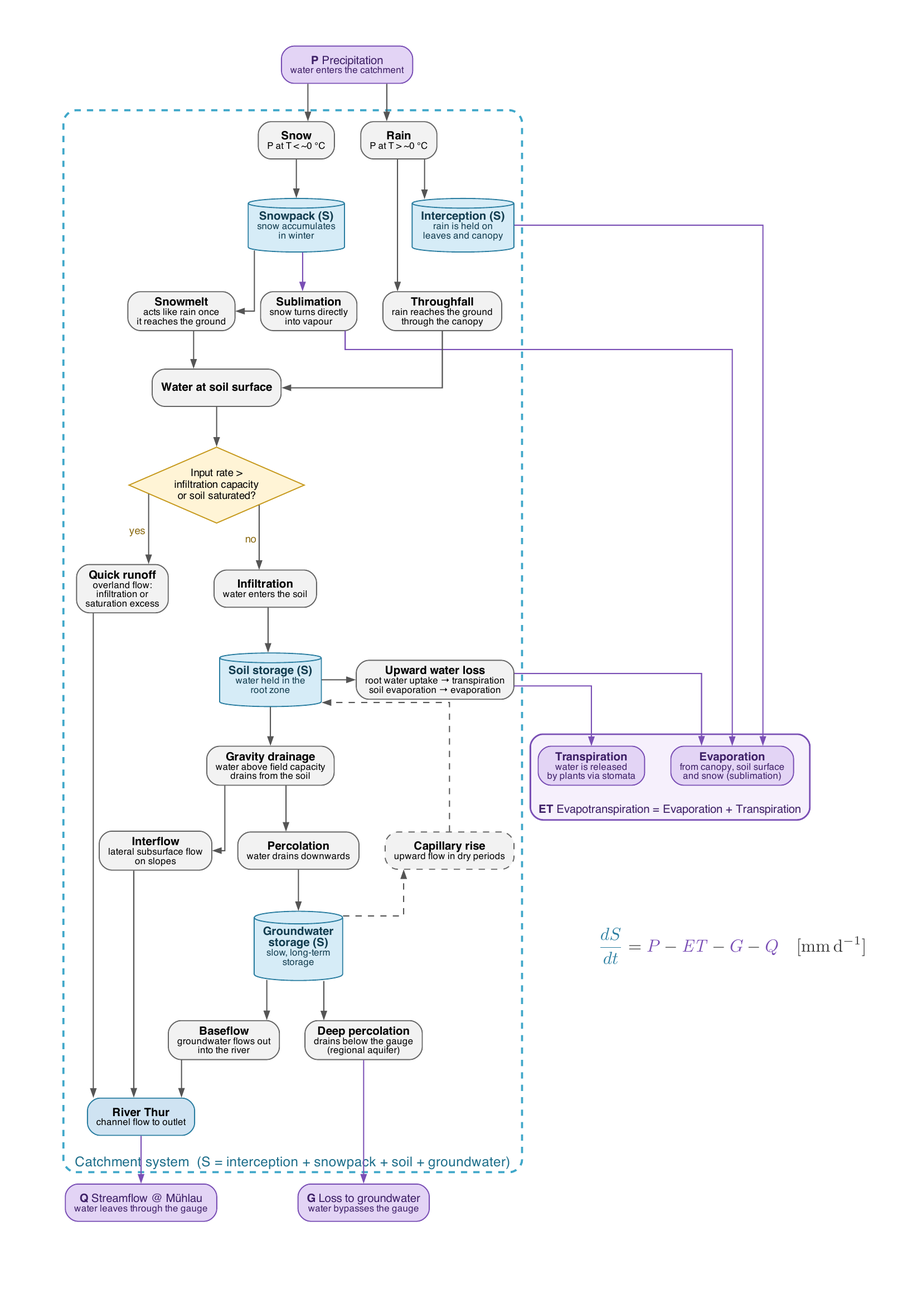
Before: abgaben/group_ex_01/figures/perceptual_model.png, a diagram exported from Graphviz (lbatschelet/Hydrological-Modelling). Its source is kept beside it as abgaben/group_ex_01/perceptual_model/perceptual_model.dot. Source of this version:
```dot
digraph perceptual_model {
  graph [rankdir=TB, fontname="Helvetica", nodesep=0.35, ranksep=0.4,
         pad=0, newrank=true, splines=ortho,
         size="7.5,10.9!", ratio=fill];  // A4 portrait minus margins
  node  [fontname="Helvetica", fontsize=11, shape=box, style="rounded,filled",
         fillcolor="#f2f2f2", color="#666666", penwidth=1, margin="0.12,0.06"];
  edge  [color="#555555", arrowsize=0.7, penwidth=1.1, fontname="Helvetica"];

  node [style="rounded,filled,bold", fillcolor="#e3d4f5", color="#7a4fb5",
        fontcolor="#3d1f66"];
  P [label=<<B>P</B> Precipitation<BR/><FONT POINT-SIZE="9">water enters the catchment</FONT>>];
  Q [label=<<B>Q</B> Streamflow @ Mühlau<BR/><FONT POINT-SIZE="9">water leaves through the gauge</FONT>>];
  G [label=<<B>G</B> Loss to groundwater<BR/><FONT POINT-SIZE="9">water bypasses the gauge</FONT>>];

  subgraph cluster_E {
    label=<<B>ET</B> Evapotranspiration = Evaporation + Transpiration>;
    labeljust="l"; labelloc="b"; fontsize=11; fontcolor="#3d1f66";
    style="rounded,filled"; fillcolor="#f6f0fc"; color="#7a4fb5"; penwidth=1.5;
    evap  [label=<<B>Evaporation</B><BR/><FONT POINT-SIZE="9">from canopy, soil surface<BR/>and snow (sublimation)</FONT>>];
    trans [label=<<B>Transpiration</B><BR/><FONT POINT-SIZE="9">water is released<BR/>by plants via stomata</FONT>>];
  }

  subgraph cluster_catchment {
    label="Catchment system  (S = interception + snowpack + soil + groundwater)";
    labelloc="b"; fontsize=13; fontcolor="#1f6f8b";
    style="rounded,dashed"; color="#3fa7c9"; penwidth=2;

    node [shape=cylinder, style=filled, fillcolor="#d6ecf7", color="#2b7ea1",
          fontcolor="#123c4f", fontsize=11];
    snowpack [label=<<B>Snowpack (S)</B><BR/><FONT POINT-SIZE="9">snow accumulates<BR/>in winter</FONT>>];
    soil     [label=<<B>Soil storage (S)</B><BR/><FONT POINT-SIZE="9">water held in the<BR/>root zone</FONT>>];
    interc   [label=<<B>Interception (S)</B><BR/><FONT POINT-SIZE="9">rain is held on<BR/>leaves and canopy</FONT>>];
    gw       [label=<<B>Groundwater<BR/>storage (S)</B><BR/><FONT POINT-SIZE="9">slow, long-term<BR/>storage</FONT>>];

    node [shape=box, style="rounded,filled", fillcolor="#f2f2f2", color="#666666",
          fontcolor="black", fontsize=11];
    snow   [label=<<B>Snow</B><BR/><FONT POINT-SIZE="9">P at T &lt; ~0 °C</FONT>>];
    rain   [label=<<B>Rain</B><BR/><FONT POINT-SIZE="9">P at T &gt; ~0 °C</FONT>>];
    subl   [label=<<B>Sublimation</B><BR/><FONT POINT-SIZE="9">snow turns directly<BR/>into vapour</FONT>>];
    melt   [label=<<B>Snowmelt</B><BR/><FONT POINT-SIZE="9">acts like rain once<BR/>it reaches the ground</FONT>>];
    tf     [label=<<B>Throughfall</B><BR/><FONT POINT-SIZE="9">rain reaches the ground<BR/>through the canopy</FONT>>];
    surf   [label=<<B>Water at soil surface</B>>];
    quick  [label=<<B>Quick runoff</B><BR/><FONT POINT-SIZE="9">overland flow:<BR/>infiltration or<BR/>saturation excess</FONT>>];
    infil  [label=<<B>Infiltration</B><BR/><FONT POINT-SIZE="9">water enters the soil</FONT>>];
    node [shape=diamond, style=filled, fillcolor="#fff4d6", color="#c79a1e",
          fontcolor="black", fontsize=10, margin="0.02,0.02"];
    d_surf [label=<Input rate &gt;<BR/>infiltration capacity<BR/>or soil saturated?>];
    node [shape=box, style="rounded,filled", fillcolor="#f2f2f2", color="#666666",
          fontcolor="black", fontsize=11, margin="0.12,0.06"];
    drain  [label=<<B>Gravity drainage</B><BR/><FONT POINT-SIZE="9">water above field capacity<BR/>drains from the soil</FONT>>];
    interf [label=<<B>Interflow</B><BR/><FONT POINT-SIZE="9">lateral subsurface flow<BR/>on slopes</FONT>>];
    uptake [label=<<B>Upward water loss</B><BR/><FONT POINT-SIZE="9">root water uptake → transpiration<BR/>soil evaporation → evaporation</FONT>>];
    perc   [label=<<B>Percolation</B><BR/><FONT POINT-SIZE="9">water drains downwards</FONT>>];
    capil  [label=<<B>Capillary rise</B><BR/><FONT POINT-SIZE="9">upward flow in dry periods</FONT>>,
            style="rounded,filled,dashed"];
    base   [label=<<B>Baseflow</B><BR/><FONT POINT-SIZE="9">groundwater flows out<BR/>into the river</FONT>>];
    deep   [label=<<B>Deep percolation</B><BR/><FONT POINT-SIZE="9">drains below the gauge<BR/>(regional aquifer)</FONT>>];
    thur   [label=<<B>River Thur</B><BR/><FONT POINT-SIZE="9">channel flow to outlet</FONT>>,
            fillcolor="#cfe3f2", color="#2b7ea1"];

    snow -> snowpack -> melt -> surf;
    snowpack -> subl [color="#7a4fb5"];
    rain -> tf -> surf;
    rain -> interc;
    surf -> d_surf;
    d_surf -> quick [xlabel=" yes ", fontsize=10, fontcolor="#8a6a12"];
    d_surf -> infil [xlabel=" no ", fontsize=10, fontcolor="#8a6a12"];
    quick -> thur;
    infil -> soil;
    soil -> drain;
    drain -> interf;
    drain -> perc;
    interf -> thur;
    soil -> uptake;
    perc -> gw;
    gw -> capil [style=dashed, constraint=false];
    capil -> soil [style=dashed, constraint=false];
    gw -> base -> thur;
    gw -> deep;

    {rank=same; snow; rain}
    {rank=same; interc; snowpack}
    {rank=same; tf; melt; subl}
    {rank=same; quick; infil}
    {rank=same; interf; perc; capil}
    {rank=same; soil; uptake}
    {rank=same; base; deep}
  }

  P -> snow;
  P -> rain;
  {subl interc uptake} -> evap [color="#7a4fb5"];
  uptake -> trans [color="#7a4fb5"];
  deep -> G [color="#7a4fb5"];
  thur -> Q [color="#7a4fb5"];
  {rank=same; G; Q}

  eq [shape=none, style="", label="", width=3.6, height=0.7, fixedsize=true];
  evap -> eq [style=invis, minlen=2];
}
```
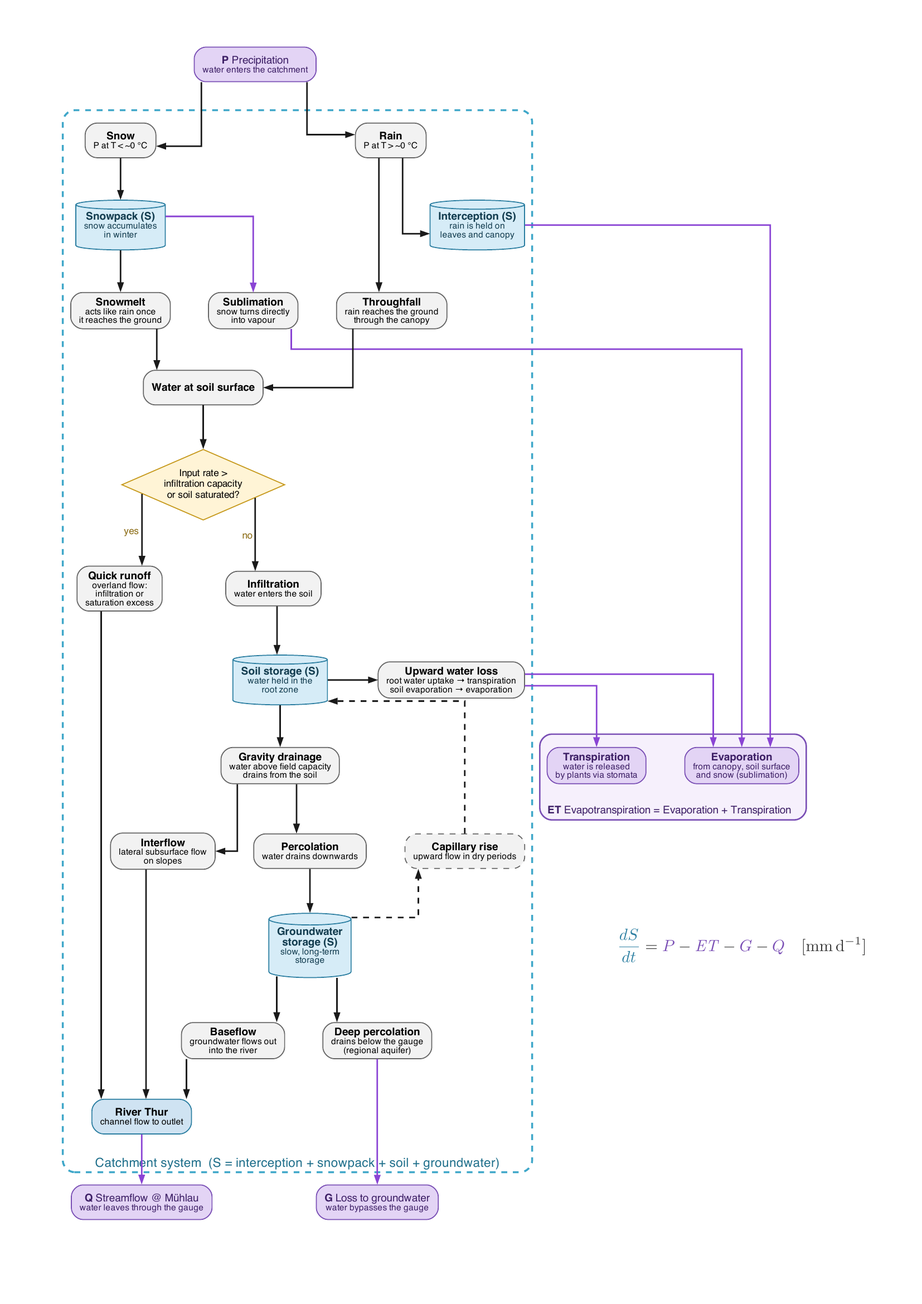
After the change.

Commit message:
Update perceptual model figures and adjust graph styling in DOT file

- Updated `perceptual_model.pdf` and `perceptual_model.png` with new visual representations.
- Modified graph properties in `perceptual_model.dot`, including edge colors and node groupings for improved clarity.

Diff of the diagram source:
```diff
@@ -1,10 +1,10 @@
 digraph perceptual_model {
-  graph [rankdir=TB, fontname="Helvetica", nodesep=0.35, ranksep=0.4,
+  graph [rankdir=TB, fontname="Helvetica", nodesep=0.55, ranksep=0.4,
          pad=0, newrank=true, splines=ortho,
          size="7.5,10.9!", ratio=fill];  // A4 portrait minus margins
   node  [fontname="Helvetica", fontsize=11, shape=box, style="rounded,filled",
          fillcolor="#f2f2f2", color="#666666", penwidth=1, margin="0.12,0.06"];
-  edge  [color="#555555", arrowsize=0.7, penwidth=1.1, fontname="Helvetica"];
+  edge  [color="#1a1a1a", arrowsize=0.7, penwidth=1.6, fontname="Helvetica"];
 
   node [style="rounded,filled,bold", fillcolor="#e3d4f5", color="#7a4fb5",
         fontcolor="#3d1f66"];
@@ -59,7 +59,7 @@
             fillcolor="#cfe3f2", color="#2b7ea1"];
 
     snow -> snowpack -> melt -> surf;
-    snowpack -> subl [color="#7a4fb5"];
+    snowpack -> subl [color="#8a44d4"];
     rain -> tf -> surf;
     rain -> interc;
     surf -> d_surf;
@@ -81,6 +81,8 @@
     {rank=same; snow; rain}
     {rank=same; interc; snowpack}
     {rank=same; tf; melt; subl}
+    snow [group=snowcol]; snowpack [group=snowcol]; melt [group=snowcol];
+    rain [group=raincol]; tf [group=raincol];
     {rank=same; quick; infil}
     {rank=same; interf; perc; capil}
     {rank=same; soil; uptake}
@@ -89,10 +91,10 @@
 
   P -> snow;
   P -> rain;
-  {subl interc uptake} -> evap [color="#7a4fb5"];
-  uptake -> trans [color="#7a4fb5"];
-  deep -> G [color="#7a4fb5"];
-  thur -> Q [color="#7a4fb5"];
+  {subl interc uptake} -> evap [color="#8a44d4"];
+  uptake -> trans [color="#8a44d4"];
+  deep -> G [color="#8a44d4"];
+  thur -> Q [color="#8a44d4"];
   {rank=same; G; Q}
 
   eq [shape=none, style="", label="", width=3.6, height=0.7, fixedsize=true];
```
